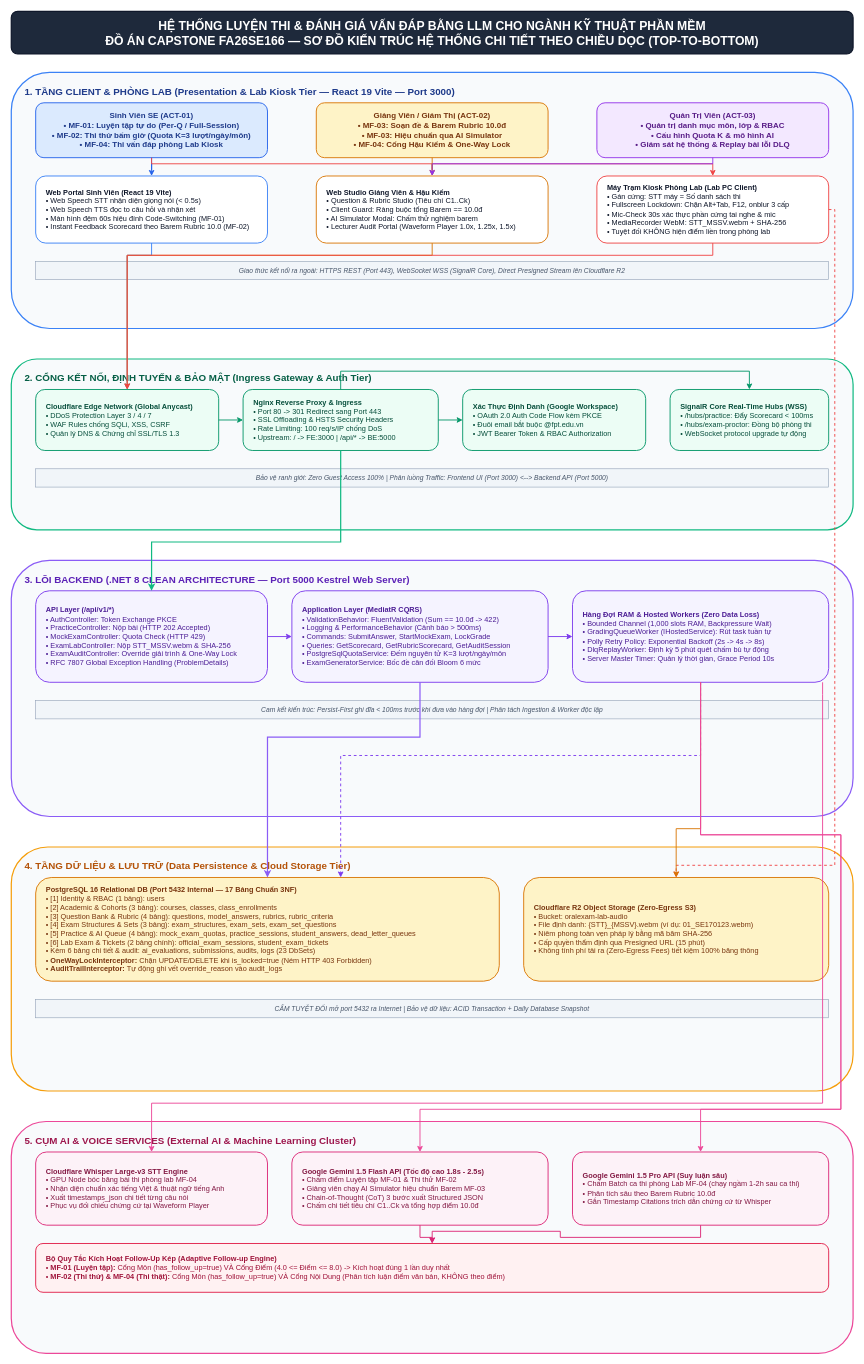
Before: docs/diagrams/KIEN_TRUC_HE_THONG.drawio in An-LLM-based-Oral-Examination/oral-exam-system, a draw.io diagram. Source tidied: cells renumbered, new cells numbered last; positions are measured from the earlier drawing's top-left corner, leaving out a move shared by most shapes. Both pictures are drawn from the tidied source at 61%, with x=0, y=0 at pixel (11, 11).
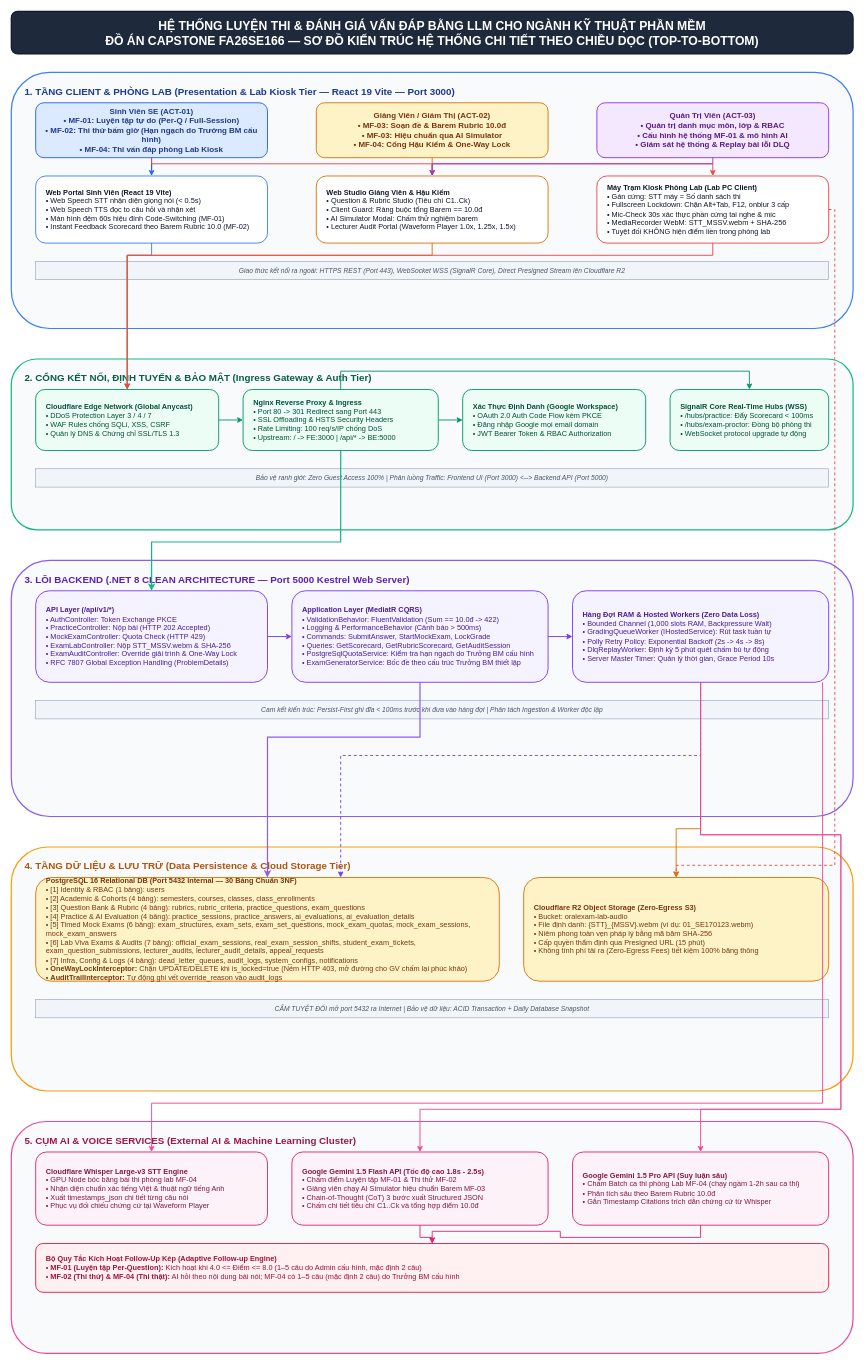
After the change.

Diff of the diagram source:
```diff
@@
-    <mxCell id="4" value="Sinh Viên SE (ACT-01)&#10;• MF-01: Luyện tập tự do (Per-Q / Full-Session)&#10;• MF-02: Thi thử bấm giờ (Quota K=3 lượt/ngày/môn)&#10;• MF-04: Thi vấn đáp phòng Lab Kiosk" style="rounded=1;whiteSpace=wrap;html=1;fillColor=#dbeafe;strokeColor=#2563eb;strokeWidth=1.5;fontColor=#1e3a8a;fontFamily=Helvetica;fontSize=13;fontStyle=1;align=center;verticalAlign=middle;" parent="1" vertex="1">
+    <mxCell id="4" value="Sinh Viên SE (ACT-01)&#10;• MF-01: Luyện tập tự do (Per-Q / Full-Session)&#10;• MF-02: Thi thử bấm giờ (Hạn ngạch do Trưởng BM cấu hình)&#10;• MF-04: Thi vấn đáp phòng Lab Kiosk" style="rounded=1;whiteSpace=wrap;html=1;fillColor=#dbeafe;strokeColor=#2563eb;strokeWidth=1.5;fontColor=#1e3a8a;fontFamily=Helvetica;fontSize=13;fontStyle=1;align=center;verticalAlign=middle;" parent="1" vertex="1">
       <mxGeometry x="40" y="150" width="380" height="90" as="geometry" />
     </mxCell>
@@
-    <mxCell id="6" value="Quản Trị Viên (ACT-03)&#10;• Quản trị danh mục môn, lớp &amp; RBAC&#10;• Cấu hình Quota K &amp; mô hình AI&#10;• Giám sát hệ thống &amp; Replay bài lỗi DLQ" style="rounded=1;whiteSpace=wrap;html=1;fillColor=#f3e8ff;strokeColor=#9333ea;strokeWidth=1.5;fontColor=#581c87;fontFamily=Helvetica;fontSize=13;fontStyle=1;align=center;verticalAlign=middle;" parent="1" vertex="1">
+    <mxCell id="6" value="Quản Trị Viên (ACT-03)&#10;• Quản trị danh mục môn, lớp &amp; RBAC&#10;• Cấu hình hệ thống MF-01 &amp; mô hình AI&#10;• Giám sát hệ thống &amp; Replay bài lỗi DLQ" style="rounded=1;whiteSpace=wrap;html=1;fillColor=#f3e8ff;strokeColor=#9333ea;strokeWidth=1.5;fontColor=#581c87;fontFamily=Helvetica;fontSize=13;fontStyle=1;align=center;verticalAlign=middle;" parent="1" vertex="1">
       <mxGeometry x="960" y="150" width="380" height="90" as="geometry" />
     </mxCell>
@@
-    <mxCell id="14" value="&lt;b&gt;Xác Thực Định Danh (Google Workspace)&lt;/b&gt;&#10;• OAuth 2.0 Auth Code Flow kèm PKCE&#10;• Đuôi email bắt buộc @fpt.edu.vn&#10;• JWT Bearer Token &amp; RBAC Authorization" style="rounded=1;whiteSpace=wrap;html=1;fillColor=#ecfdf5;strokeColor=#059669;strokeWidth=1.5;fontColor=#064e3b;fontFamily=Helvetica;fontSize=12;align=left;verticalAlign=middle;spacingLeft=15;" parent="1" vertex="1">
+    <mxCell id="14" value="&lt;b&gt;Xác Thực Định Danh (Google Workspace)&lt;/b&gt;&#10;• OAuth 2.0 Auth Code Flow kèm PKCE&#10;• Đăng nhập Google mọi email domain&#10;• JWT Bearer Token &amp; RBAC Authorization" style="rounded=1;whiteSpace=wrap;html=1;fillColor=#ecfdf5;strokeColor=#059669;strokeWidth=1.5;fontColor=#064e3b;fontFamily=Helvetica;fontSize=12;align=left;verticalAlign=middle;spacingLeft=15;" parent="1" vertex="1">
       <mxGeometry x="740" y="620" width="300" height="100" as="geometry" />
     </mxCell>
@@
-    <mxCell id="19" value="&lt;b&gt;Application Layer (MediatR CQRS)&lt;/b&gt;&#10;• ValidationBehavior: FluentValidation (Sum == 10.0đ -&gt; 422)&#10;• Logging &amp; PerformanceBehavior (Cảnh báo &gt; 500ms)&#10;• Commands: SubmitAnswer, StartMockExam, LockGrade&#10;• Queries: GetScorecard, GetRubricScorecard, GetAuditSession&#10;• PostgreSqlQuotaService: Đếm nguyên tử K=3 lượt/ngày/môn&#10;• ExamGeneratorService: Bốc đề cân đối Bloom 6 mức" style="rounded=1;whiteSpace=wrap;html=1;fillColor=#f5f3ff;strokeColor=#7c3aed;strokeWidth=1.5;fontColor=#4c1d95;fontFamily=Helvetica;fontSize=12;align=left;verticalAlign=middle;spacingLeft=15;" parent="1" vertex="1">
+    <mxCell id="19" value="&lt;b&gt;Application Layer (MediatR CQRS)&lt;/b&gt;&#10;• ValidationBehavior: FluentValidation (Sum == 10.0đ -&gt; 422)&#10;• Logging &amp; PerformanceBehavior (Cảnh báo &gt; 500ms)&#10;• Commands: SubmitAnswer, StartMockExam, LockGrade&#10;• Queries: GetScorecard, GetRubricScorecard, GetAuditSession&#10;• PostgreSqlQuotaService: Kiểm tra hạn ngạch do Trưởng BM cấu hình&#10;• ExamGeneratorService: Bốc đề theo cấu trúc Trưởng BM thiết lập" style="rounded=1;whiteSpace=wrap;html=1;fillColor=#f5f3ff;strokeColor=#7c3aed;strokeWidth=1.5;fontColor=#4c1d95;fontFamily=Helvetica;fontSize=12;align=left;verticalAlign=middle;spacingLeft=15;" parent="1" vertex="1">
       <mxGeometry x="460" y="950" width="420" height="150" as="geometry" />
     </mxCell>
@@
-    <mxCell id="23" value="&lt;b&gt;PostgreSQL 16 Relational DB (Port 5432 Internal — 17 Bảng Chuẩn 3NF)&lt;/b&gt;&#10;• [1] Identity &amp; RBAC (1 bảng): users&#10;• [2] Academic &amp; Cohorts (3 bảng): courses, classes, class_enrollments&#10;• [3] Question Bank &amp; Rubric (4 bảng): questions, model_answers, rubrics, rubric_criteria&#10;• [4] Exam Structures &amp; Sets (3 bảng): exam_structures, exam_sets, exam_set_questions&#10;• [5] Practice &amp; AI Queue (4 bảng): mock_exam_quotas, practice_sessions, student_answers, dead_letter_queues&#10;• [6] Lab Exam &amp; Tickets (2 bảng chính): official_exam_sessions, student_exam_tickets&#10;• Kèm 6 bảng chi tiết &amp; audit: ai_evaluations, submissions, audits, logs (23 DbSets)&#10;• &lt;b&gt;OneWayLockInterceptor:&lt;/b&gt; Chặn UPDATE/DELETE khi is_locked=true (Ném HTTP 403 Forbidden)&#10;• &lt;b&gt;AuditTrailInterceptor:&lt;/b&gt; Tự động ghi vết override_reason vào audit_logs" style="rounded=1;whiteSpace=wrap;html=1;fillColor=#fef3c7;strokeColor=#d97706;strokeWidth=1.5;fontColor=#78350f;fontFamily=Helvetica;fontSize=12;align=left;verticalAlign=middle;spacingLeft=15;" parent="1" vertex="1">
+    <mxCell id="23" value="&lt;b&gt;PostgreSQL 16 Relational DB (Port 5432 Internal — 30 Bảng Chuẩn 3NF)&lt;/b&gt;&#10;• [1] Identity &amp; RBAC (1 bảng): users&#10;• [2] Academic &amp; Cohorts (4 bảng): semesters, courses, classes, class_enrollments&#10;• [3] Question Bank &amp; Rubric (4 bảng): rubrics, rubric_criteria, practice_questions, exam_questions&#10;• [4] Practice &amp; AI Evaluation (4 bảng): practice_sessions, practice_answers, ai_evaluations, ai_evaluation_details&#10;• [5] Timed Mock Exams (6 bảng): exam_structures, exam_sets, exam_set_questions, mock_exam_quotas, mock_exam_sessions, mock_exam_answers&#10;• [6] Lab Viva Exams &amp; Audits (7 bảng): official_exam_sessions, real_exam_session_shifts, student_exam_tickets, exam_question_submissions, lecturer_audits, lecturer_audit_details, appeal_requests&#10;• [7] Infra, Config &amp; Logs (4 bảng): dead_letter_queues, audit_logs, system_configs, notifications&#10;• &lt;b&gt;OneWayLockInterceptor:&lt;/b&gt; Chặn UPDATE/DELETE khi is_locked=true (Ném HTTP 403, mở đường cho GV chấm lại phúc khảo)&#10;• &lt;b&gt;AuditTrailInterceptor:&lt;/b&gt; Tự động ghi vết override_reason vào audit_logs" style="rounded=1;whiteSpace=wrap;html=1;fillColor=#fef3c7;strokeColor=#d97706;strokeWidth=1.5;fontColor=#78350f;fontFamily=Helvetica;fontSize=12;align=left;verticalAlign=middle;spacingLeft=15;" parent="1" vertex="1">
       <mxGeometry x="40" y="1420" width="760" height="170" as="geometry" />
     </mxCell>
@@
-    <mxCell id="30" value="&lt;b&gt;Bộ Quy Tắc Kích Hoạt Follow-Up Kép (Adaptive Follow-up Engine)&lt;/b&gt;&#10;• &lt;b&gt;MF-01 (Luyện tập):&lt;/b&gt; Cổng Môn (has_follow_up=true) VÀ Cổng Điểm (4.0 &lt;= Điểm &lt;= 8.0) -&gt; Kích hoạt đúng 1 lần duy nhất&#10;• &lt;b&gt;MF-02 (Thi thử) &amp; MF-04 (Thi thật):&lt;/b&gt; Cổng Môn (has_follow_up=true) VÀ Cổng Nội Dung (Phân tích luận điểm văn bản, KHÔNG theo điểm)" style="rounded=1;whiteSpace=wrap;html=1;fillColor=#fff1f2;strokeColor=#e11d48;strokeWidth=1.5;fontColor=#9f1239;fontFamily=Helvetica;fontSize=12;align=left;verticalAlign=middle;spacingLeft=15;" parent="1" vertex="1">
+    <mxCell id="30" value="&lt;b&gt;Bộ Quy Tắc Kích Hoạt Follow-Up Kép (Adaptive Follow-up Engine)&lt;/b&gt;&#10;• &lt;b&gt;MF-01 (Luyện tập Per-Question):&lt;/b&gt; Kích hoạt khi 4.0 &lt;= Điểm &lt;= 8.0 (1–5 câu do Admin cấu hình, mặc định 2 câu)&#10;• &lt;b&gt;MF-02 (Thi thử) &amp; MF-04 (Thi thật):&lt;/b&gt; AI hỏi theo nội dung bài nói; MF-04 có 1–5 câu (mặc định 2 câu) do Trưởng BM cấu hình" style="rounded=1;whiteSpace=wrap;html=1;fillColor=#fff1f2;strokeColor=#e11d48;strokeWidth=1.5;fontColor=#9f1239;fontFamily=Helvetica;fontSize=12;align=left;verticalAlign=middle;spacingLeft=15;" parent="1" vertex="1">
       <mxGeometry x="40" y="2020" width="1300" height="80" as="geometry" />
     </mxCell>
```
